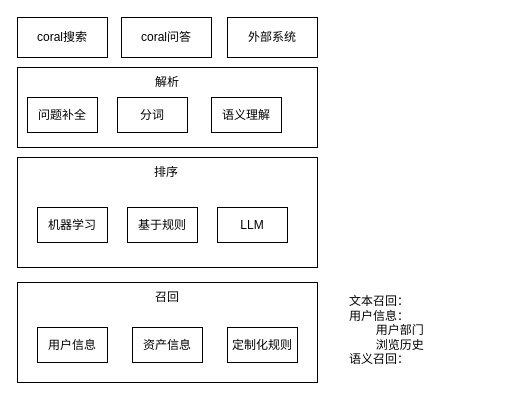
Earlier version of the draw.io diagram llm-搜索新架构.drawio (FlyThroughAir/DrawHere). Source tidied: cells renumbered, new cells numbered last; positions are measured from the earlier drawing's top-left corner, leaving out a move shared by most shapes. Both pictures are drawn from the tidied source at 100%, with x=0, y=0 at pixel (17, 17).
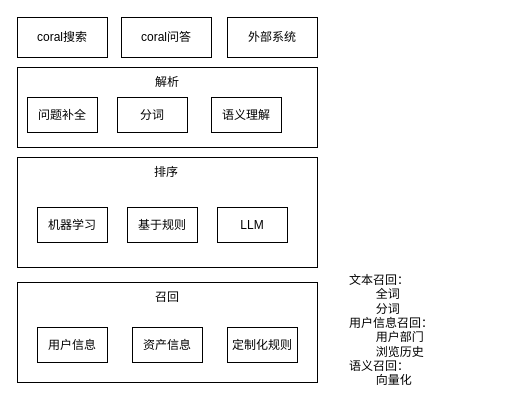
The same page after the edit.

Commit message:
更新llm-搜索新架构.drawio

What changed in the source:
```diff
@@
-    <mxCell id="16" value="&lt;div&gt;文本召回：&lt;/div&gt;&lt;div&gt;用户信息：&lt;/div&gt;&lt;span style=&quot;white-space: pre;&quot;&gt;&#9;&lt;/span&gt;用户部门&lt;div&gt;&lt;span style=&quot;white-space: pre;&quot;&gt;&#9;&lt;/span&gt;浏览历史&lt;/div&gt;&lt;div&gt;语义召回：&lt;/div&gt;&lt;div&gt;&lt;br&gt;&lt;/div&gt;" style="text;html=1;align=left;verticalAlign=middle;whiteSpace=wrap;rounded=0;" parent="1" vertex="1">
+    <mxCell id="16" value="&lt;div&gt;文本召回：&lt;/div&gt;&lt;div&gt;&lt;span style=&quot;white-space: pre;&quot;&gt;&#9;&lt;/span&gt;全词&lt;/div&gt;&lt;div&gt;&lt;span style=&quot;white-space: pre;&quot;&gt;&#9;&lt;/span&gt;分词&lt;br&gt;&lt;/div&gt;&lt;div&gt;用户信息召回：&lt;/div&gt;&lt;span style=&quot;white-space: pre;&quot;&gt;&#9;&lt;/span&gt;用户部门&lt;div&gt;&lt;span style=&quot;white-space: pre;&quot;&gt;&#9;&lt;/span&gt;浏览历史&lt;/div&gt;&lt;div&gt;语义召回：&lt;/div&gt;&lt;div&gt;&lt;span style=&quot;white-space: pre;&quot;&gt;&#9;&lt;/span&gt;向量化&lt;br&gt;&lt;/div&gt;&lt;div&gt;&lt;br&gt;&lt;/div&gt;" style="text;html=1;align=left;verticalAlign=middle;whiteSpace=wrap;rounded=0;" parent="1" vertex="1">
       <mxGeometry x="330" y="275" width="150" height="90" as="geometry" />
     </mxCell>
```
